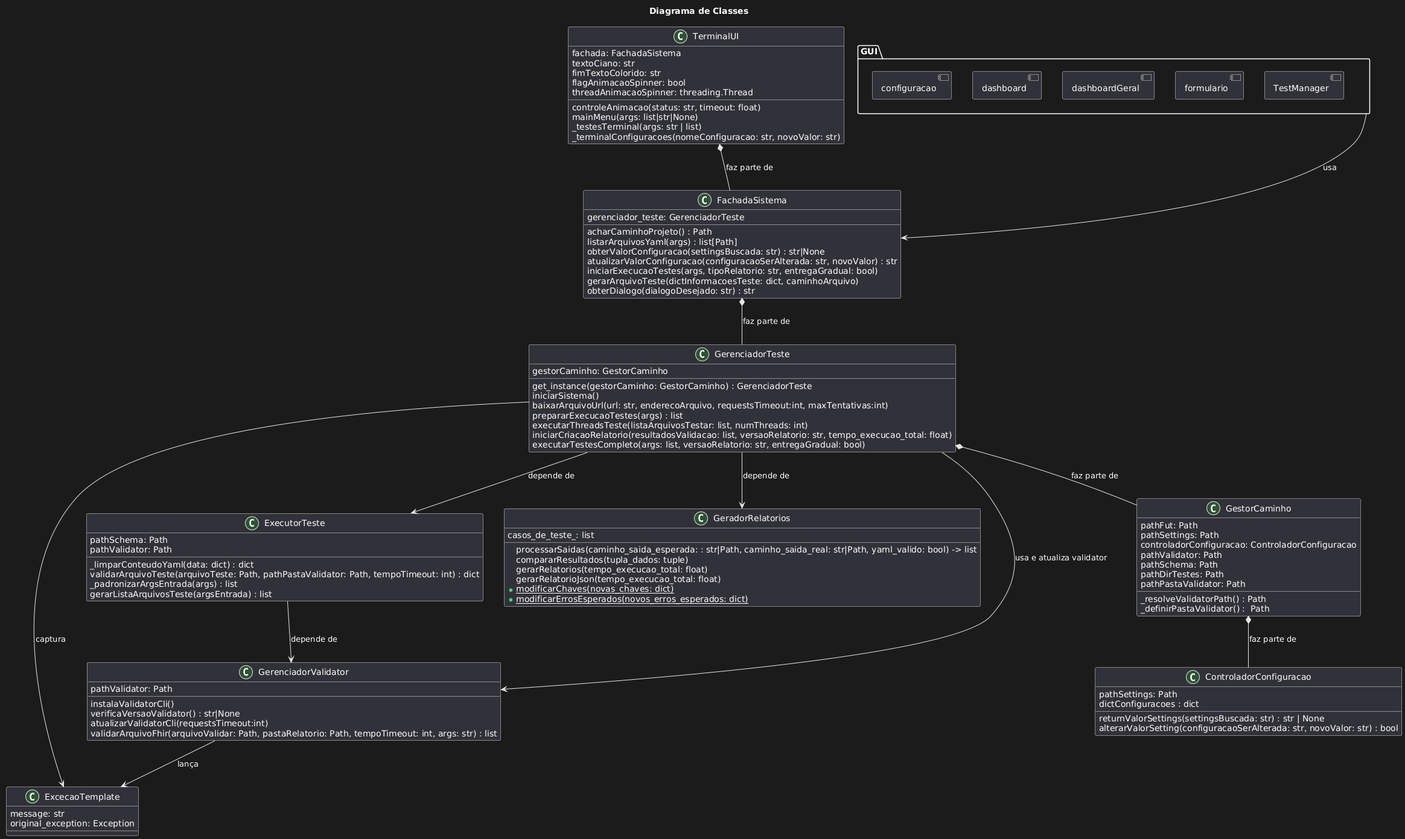
LeonardoCFilho/fut keeps this PlantUML diagram as Documentacao/Diagramas/DiagramaClasse.png. Above is the earlier version. Its source is kept beside it as Documentacao/Diagramas/DiagramaClasse.puml.
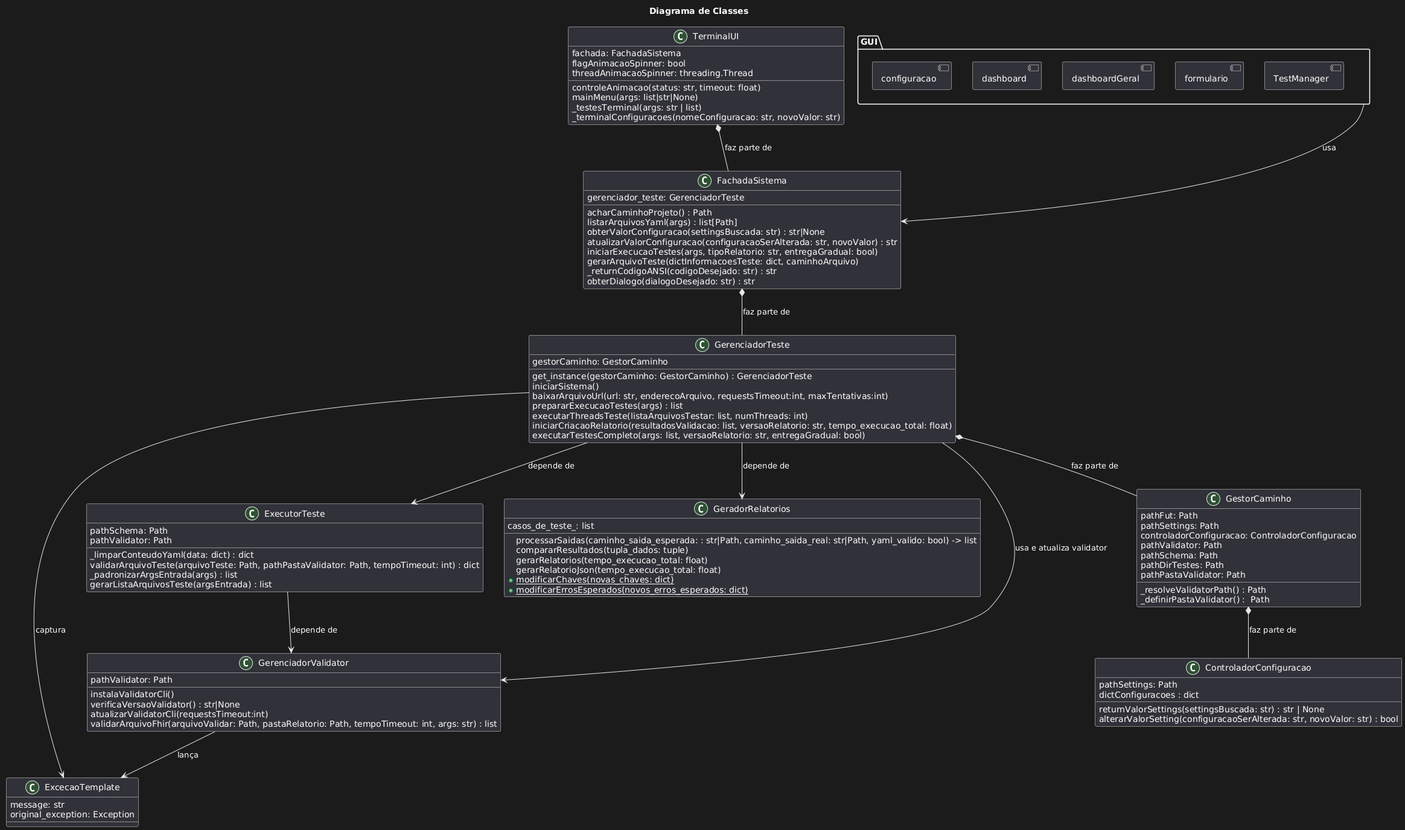
Above is the later version.

The edit, as a diff of the source:
```diff
@@ -67,12 +67,11 @@
     atualizarValorConfiguracao(configuracaoSerAlterada: str, novoValor) : str
     iniciarExecucaoTestes(args, tipoRelatorio: str, entregaGradual: bool)
     gerarArquivoTeste(dictInformacoesTeste: dict, caminhoArquivo)
+    _returnCodigoANSI(codigoDesejado: str) : str
     obterDialogo(dialogoDesejado: str) : str
 }
 class TerminalUI {
     fachada: FachadaSistema
-    textoCiano: str
-    fimTextoColorido: str
     flagAnimacaoSpinner: bool
     threadAnimacaoSpinner: threading.Thread
     controleAnimacao(status: str, timeout: float)
```
